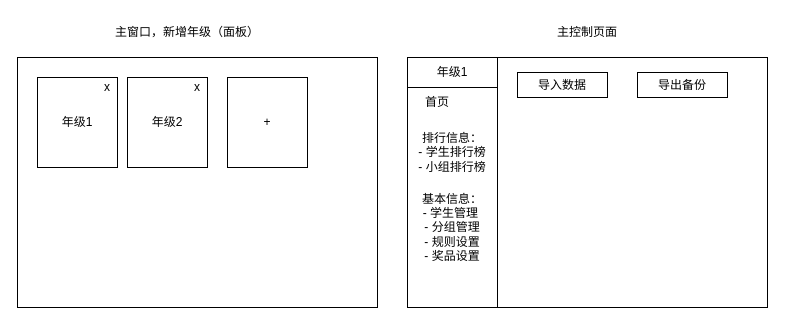
Above: src/group-points/design.dio in ChengCuotuo/miao-chemistry (draw.io), before the change. Source tidied: cells renumbered, new cells numbered last; positions are measured from the earlier drawing's top-left corner, leaving out a move shared by most shapes. Both pictures are drawn from the tidied source at 100%, with x=0, y=0 at pixel (17, 17).
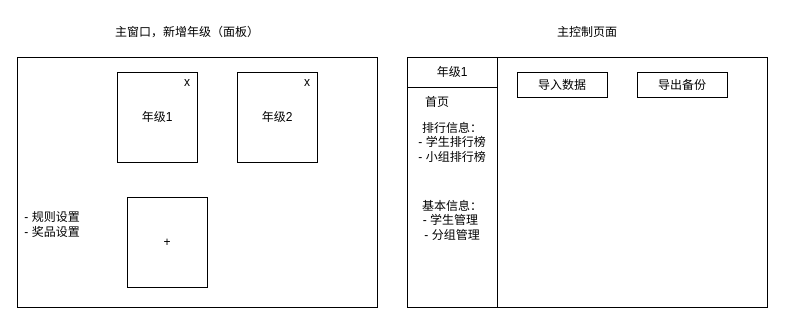
After the change.

Diff of the diagram source:
```diff
@@
 <mxGraphModel>
   <root>
     <mxCell id="0" />
     <mxCell id="1" parent="0" />
     <mxCell id="2" style="rounded=0;whiteSpace=wrap;html=1;" parent="1" vertex="1">
       <mxGeometry y="40" width="360" height="250" as="geometry" />
     </mxCell>
     <mxCell id="3" value="年级1" style="rounded=0;whiteSpace=wrap;html=1;" parent="1" vertex="1">
-      <mxGeometry x="20" y="60" width="80" height="90" as="geometry" />
+      <mxGeometry x="100" y="55" width="80" height="90" as="geometry" />
     </mxCell>
     <mxCell id="4" value="年级2" style="rounded=0;whiteSpace=wrap;html=1;" parent="1" vertex="1">
-      <mxGeometry x="110" y="60" width="80" height="90" as="geometry" />
+      <mxGeometry x="220" y="55" width="80" height="90" as="geometry" />
     </mxCell>
     <mxCell id="5" value="+" style="rounded=0;whiteSpace=wrap;html=1;" parent="1" vertex="1">
-      <mxGeometry x="210" y="60" width="80" height="90" as="geometry" />
+      <mxGeometry x="110" y="180" width="80" height="90" as="geometry" />
     </mxCell>
     <mxCell id="6" value="x" style="text;html=1;align=center;verticalAlign=middle;whiteSpace=wrap;rounded=0;" parent="1" vertex="1">
-      <mxGeometry x="80" y="60" width="20" height="20" as="geometry" />
+      <mxGeometry x="160" y="55" width="20" height="20" as="geometry" />
     </mxCell>
     <mxCell id="7" value="x" style="text;html=1;align=center;verticalAlign=middle;whiteSpace=wrap;rounded=0;" parent="1" vertex="1">
-      <mxGeometry x="170" y="60" width="20" height="20" as="geometry" />
+      <mxGeometry x="280" y="55" width="20" height="20" as="geometry" />
     </mxCell>
     <mxCell id="8" value="主窗口，新增年级（面板）" style="text;html=1;align=center;verticalAlign=middle;whiteSpace=wrap;rounded=0;" parent="1" vertex="1">
       <mxGeometry x="80" width="180" height="30" as="geometry" />
     </mxCell>
     <mxCell id="9" style="rounded=0;whiteSpace=wrap;html=1;" parent="1" vertex="1">
       <mxGeometry x="390" y="40" width="360" height="250" as="geometry" />
     </mxCell>
     <mxCell id="10" value="主控制页面" style="text;html=1;align=center;verticalAlign=middle;whiteSpace=wrap;rounded=0;" parent="1" vertex="1">
       <mxGeometry x="530" width="80" height="30" as="geometry" />
     </mxCell>
-    <mxCell id="11" value="&lt;div&gt;基本信息：&lt;/div&gt;&lt;div&gt;&lt;span style=&quot;background-color: transparent;&quot;&gt;- 学生管理&amp;nbsp;&lt;/span&gt;&lt;/div&gt;&lt;div&gt;&lt;span style=&quot;background-color: transparent;&quot;&gt;- 分组管理&lt;/span&gt;&lt;/div&gt;&lt;div&gt;&lt;span style=&quot;background-color: transparent;&quot;&gt;- 规则设置&lt;/span&gt;&lt;/div&gt;&lt;div&gt;&lt;span style=&quot;background-color: transparent;&quot;&gt;- 奖品设置&lt;/span&gt;&lt;/div&gt;" style="text;html=1;align=center;verticalAlign=middle;whiteSpace=wrap;rounded=0;" parent="1" vertex="1">
+    <mxCell id="11" value="&lt;div&gt;基本信息：&lt;/div&gt;&lt;div&gt;&lt;span style=&quot;background-color: transparent;&quot;&gt;- 学生管理&amp;nbsp;&lt;/span&gt;&lt;/div&gt;&lt;div&gt;&lt;span style=&quot;background-color: transparent;&quot;&gt;- 分组管理&lt;/span&gt;&lt;/div&gt;&lt;div&gt;&lt;br&gt;&lt;/div&gt;" style="text;html=1;align=center;verticalAlign=middle;whiteSpace=wrap;rounded=0;" parent="1" vertex="1">
       <mxGeometry x="400" y="170" width="70" height="80" as="geometry" />
     </mxCell>
     <mxCell id="12" value="排行信息：&lt;div&gt;- 学生排行榜&lt;/div&gt;&lt;div&gt;- 小组排行榜&lt;/div&gt;" style="text;html=1;align=center;verticalAlign=middle;whiteSpace=wrap;rounded=0;" parent="1" vertex="1">
-      <mxGeometry x="400" y="100" width="70" height="70" as="geometry" />
+      <mxGeometry x="400" y="90" width="70" height="70" as="geometry" />
     </mxCell>
     <mxCell id="13" value="首页" style="text;html=1;align=center;verticalAlign=middle;whiteSpace=wrap;rounded=0;" parent="1" vertex="1">
       <mxGeometry x="390" y="70" width="60" height="30" as="geometry" />
     </mxCell>
     <mxCell id="14" style="endArrow=none;html=1;entryX=0.25;entryY=0;entryDx=0;entryDy=0;exitX=0.25;exitY=1;exitDx=0;exitDy=0;" parent="1" edge="1" source="9" target="9">
       <mxGeometry relative="1" as="geometry" />
     </mxCell>
     <mxCell id="15" value="导入数据" style="rounded=0;whiteSpace=wrap;html=1;" parent="1" vertex="1">
       <mxGeometry x="500" y="55" width="90" height="25" as="geometry" />
     </mxCell>
     <mxCell id="16" value="导出备份" style="rounded=0;whiteSpace=wrap;html=1;" parent="1" vertex="1">
       <mxGeometry x="620" y="55" width="90" height="25" as="geometry" />
     </mxCell>
     <mxCell id="17" value="年级1" style="rounded=0;whiteSpace=wrap;html=1;" parent="1" vertex="1">
       <mxGeometry x="390" y="40" width="90" height="30" as="geometry" />
     </mxCell>
+    <mxCell id="18" value="&lt;div&gt;&lt;br&gt;&lt;/div&gt;&lt;div&gt;&lt;span style=&quot;background-color: transparent;&quot;&gt;- 规则设置&lt;/span&gt;&lt;/div&gt;&lt;div&gt;&lt;span style=&quot;background-color: transparent;&quot;&gt;- 奖品设置&lt;/span&gt;&lt;/div&gt;" style="text;html=1;align=center;verticalAlign=middle;whiteSpace=wrap;rounded=0;" parent="1" vertex="1">
+      <mxGeometry y="180" width="70" height="40" as="geometry" />
+    </mxCell>
   </root>
 </mxGraphModel>
```
